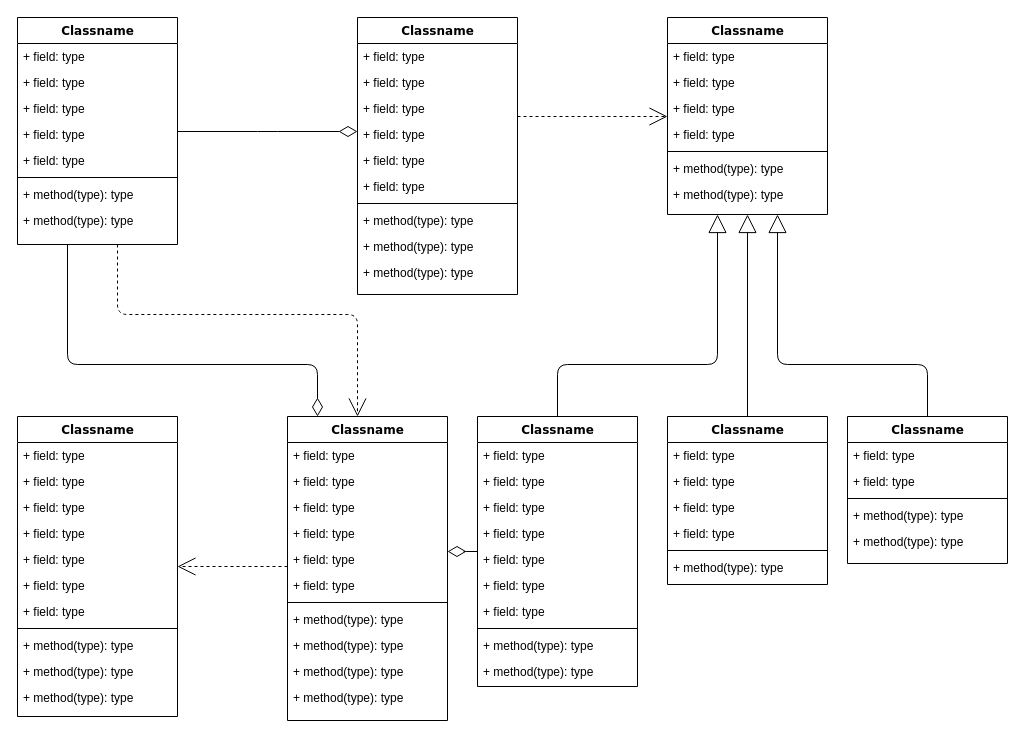
Earlier version of the draw.io diagram 架构/领域类.drawio (c825503724/fms). Source tidied: cells renumbered, new cells numbered last; positions are measured from the earlier drawing's top-left corner, leaving out a move shared by most shapes. Both pictures are drawn from the tidied source at 100%, with x=0, y=0 at pixel (17, 17).
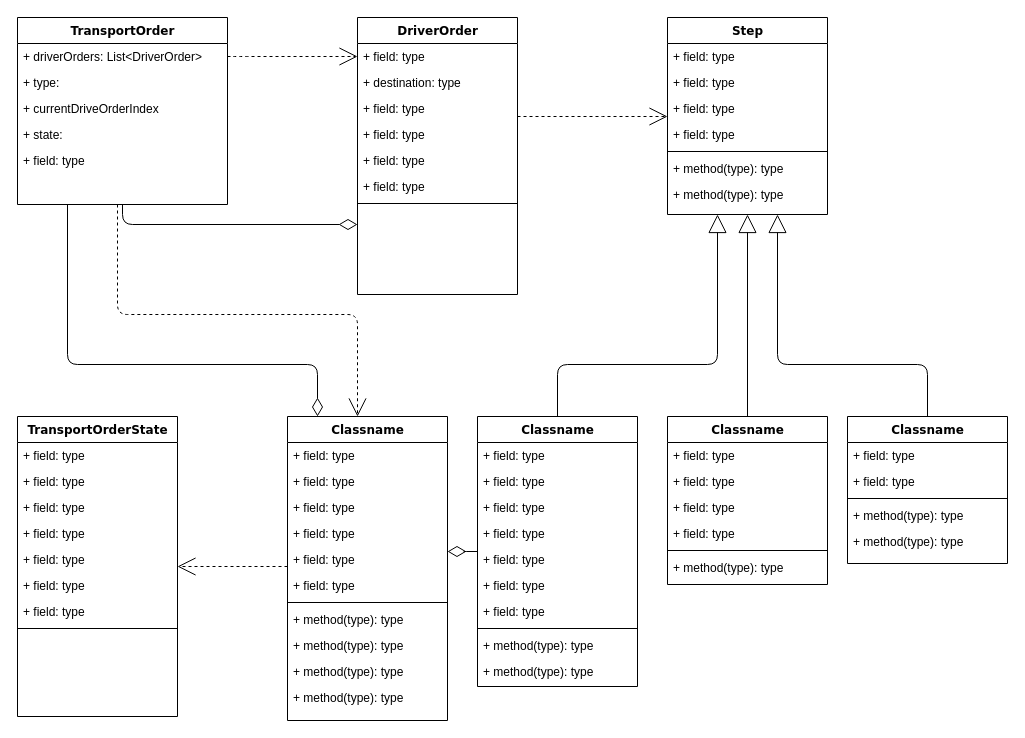
Above is the later version.

Commit message (it also covers changes not shown here):
更新领域类.drawio

Diff of the diagram source:
```diff
@@
-    <mxCell id="4" value="Classname" style="swimlane;html=1;fontStyle=1;align=center;verticalAlign=top;horizontal=1;startSize=26;swimlaneFillColor=#ffffff;rounded=0;shadow=0;comic=0;labelBackgroundColor=none;strokeWidth=1;fillColor=none;fontFamily=Verdana;fontSize=12;" parent="1" vertex="1">
-      <mxGeometry width="160" height="227" as="geometry" />
+    <mxCell id="4" value="TransportOrder" style="swimlane;html=1;fontStyle=1;align=center;verticalAlign=top;horizontal=1;startSize=26;swimlaneFillColor=#ffffff;rounded=0;shadow=0;comic=0;labelBackgroundColor=none;strokeWidth=1;fillColor=none;fontFamily=Verdana;fontSize=12;" parent="1" vertex="1">
+      <mxGeometry width="210" height="187" as="geometry" />
     </mxCell>
-    <mxCell id="5" value="+ field: type" style="text;html=1;strokeColor=none;fillColor=none;align=left;verticalAlign=top;spacingLeft=4;spacingRight=4;whiteSpace=wrap;overflow=hidden;points=[[0,0.5],[1,0.5]];portConstraint=eastwest;" parent="4" vertex="1">
-      <mxGeometry y="26" width="160" height="26" as="geometry" />
+    <mxCell id="5" value="+ driverOrders: List&amp;lt;DriverOrder&amp;gt;" style="text;html=1;strokeColor=none;fillColor=none;align=left;verticalAlign=top;spacingLeft=4;spacingRight=4;whiteSpace=wrap;overflow=hidden;points=[[0,0.5],[1,0.5]];portConstraint=eastwest;" parent="4" vertex="1">
+      <mxGeometry y="26" width="210" height="26" as="geometry" />
     </mxCell>
-    <mxCell id="6" value="+ field: type" style="text;html=1;strokeColor=none;fillColor=none;align=left;verticalAlign=top;spacingLeft=4;spacingRight=4;whiteSpace=wrap;overflow=hidden;" parent="4" vertex="1">
-      <mxGeometry y="52" width="160" height="26" as="geometry" />
+    <mxCell id="6" value="+ type:&amp;nbsp;" style="text;html=1;strokeColor=none;fillColor=none;align=left;verticalAlign=top;spacingLeft=4;spacingRight=4;whiteSpace=wrap;overflow=hidden;" parent="4" vertex="1">
+      <mxGeometry y="52" width="210" height="26" as="geometry" />
     </mxCell>
-    <mxCell id="7" value="+ field: type" style="text;html=1;strokeColor=none;fillColor=none;align=left;verticalAlign=top;spacingLeft=4;spacingRight=4;whiteSpace=wrap;overflow=hidden;" parent="4" vertex="1">
-      <mxGeometry y="78" width="160" height="26" as="geometry" />
+    <mxCell id="7" value="+&amp;nbsp;currentDriveOrderIndex&lt;span style=&quot;background-color: initial;&quot;&gt;&amp;nbsp;&lt;/span&gt;" style="text;html=1;strokeColor=none;fillColor=none;align=left;verticalAlign=top;spacingLeft=4;spacingRight=4;whiteSpace=wrap;overflow=hidden;" parent="4" vertex="1">
+      <mxGeometry y="78" width="210" height="26" as="geometry" />
     </mxCell>
-    <mxCell id="8" value="+ field: type" style="text;html=1;strokeColor=none;fillColor=none;align=left;verticalAlign=top;spacingLeft=4;spacingRight=4;whiteSpace=wrap;overflow=hidden;" parent="4" vertex="1">
-      <mxGeometry y="104" width="160" height="26" as="geometry" />
+    <mxCell id="8" value="+&amp;nbsp;state&lt;span style=&quot;background-color: initial;&quot;&gt;:&amp;nbsp;&lt;/span&gt;" style="text;html=1;strokeColor=none;fillColor=none;align=left;verticalAlign=top;spacingLeft=4;spacingRight=4;whiteSpace=wrap;overflow=hidden;" parent="4" vertex="1">
+      <mxGeometry y="104" width="210" height="26" as="geometry" />
     </mxCell>
     <mxCell id="9" value="+ field: type" style="text;html=1;strokeColor=none;fillColor=none;align=left;verticalAlign=top;spacingLeft=4;spacingRight=4;whiteSpace=wrap;overflow=hidden;" parent="4" vertex="1">
-      <mxGeometry y="130" width="160" height="26" as="geometry" />
+      <mxGeometry y="130" width="210" height="26" as="geometry" />
     </mxCell>
-    <mxCell id="10" style="line;html=1;strokeWidth=1;fillColor=none;align=left;verticalAlign=middle;spacingTop=-1;spacingLeft=3;spacingRight=3;labelPosition=right;" parent="4" vertex="1">
-      <mxGeometry y="156" width="160" height="8" as="geometry" />
-    </mxCell>
-    <mxCell id="11" value="+ method(type): type" style="text;html=1;strokeColor=none;fillColor=none;align=left;verticalAlign=top;spacingLeft=4;spacingRight=4;whiteSpace=wrap;overflow=hidden;" parent="4" vertex="1">
-      <mxGeometry y="164" width="160" height="26" as="geometry" />
-    </mxCell>
-    <mxCell id="12" value="+ method(type): type" style="text;html=1;strokeColor=none;fillColor=none;align=left;verticalAlign=top;spacingLeft=4;spacingRight=4;whiteSpace=wrap;overflow=hidden;" parent="4" vertex="1">
-      <mxGeometry y="190" width="160" height="26" as="geometry" />
-    </mxCell>
@@
-    <mxCell id="14" value="Classname" style="swimlane;html=1;fontStyle=1;align=center;verticalAlign=top;horizontal=1;startSize=26;swimlaneFillColor=#ffffff;rounded=0;shadow=0;comic=0;labelBackgroundColor=none;strokeWidth=1;fillColor=none;fontFamily=Verdana;fontSize=12;" parent="1" vertex="1">
+    <mxCell id="14" value="DriverOrder" style="swimlane;html=1;fontStyle=1;align=center;verticalAlign=top;horizontal=1;startSize=26;swimlaneFillColor=#ffffff;rounded=0;shadow=0;comic=0;labelBackgroundColor=none;strokeWidth=1;fillColor=none;fontFamily=Verdana;fontSize=12;" parent="1" vertex="1">
       <mxGeometry x="340" width="160" height="277" as="geometry" />
     </mxCell>
@@
-    <mxCell id="16" value="+ field: type" style="text;html=1;strokeColor=none;fillColor=none;align=left;verticalAlign=top;spacingLeft=4;spacingRight=4;whiteSpace=wrap;overflow=hidden;" parent="14" vertex="1">
+    <mxCell id="16" value="+&amp;nbsp;destination&lt;span style=&quot;background-color: initial;&quot;&gt;: type&lt;/span&gt;" style="text;html=1;strokeColor=none;fillColor=none;align=left;verticalAlign=top;spacingLeft=4;spacingRight=4;whiteSpace=wrap;overflow=hidden;" parent="14" vertex="1">
       <mxGeometry y="52" width="160" height="26" as="geometry" />
     </mxCell>
@@
-    <mxCell id="22" value="+ method(type): type" style="text;html=1;strokeColor=none;fillColor=none;align=left;verticalAlign=top;spacingLeft=4;spacingRight=4;whiteSpace=wrap;overflow=hidden;" parent="14" vertex="1">
-      <mxGeometry y="190" width="160" height="26" as="geometry" />
-    </mxCell>
-    <mxCell id="23" value="+ method(type): type" style="text;html=1;strokeColor=none;fillColor=none;align=left;verticalAlign=top;spacingLeft=4;spacingRight=4;whiteSpace=wrap;overflow=hidden;" parent="14" vertex="1">
-      <mxGeometry y="216" width="160" height="26" as="geometry" />
-    </mxCell>
-    <mxCell id="24" value="+ method(type): type" style="text;html=1;strokeColor=none;fillColor=none;align=left;verticalAlign=top;spacingLeft=4;spacingRight=4;whiteSpace=wrap;overflow=hidden;" parent="14" vertex="1">
-      <mxGeometry y="242" width="160" height="26" as="geometry" />
-    </mxCell>
-    <mxCell id="25" value="Classname" style="swimlane;html=1;fontStyle=1;align=center;verticalAlign=top;horizontal=1;startSize=26;swimlaneFillColor=#ffffff;rounded=0;shadow=0;comic=0;labelBackgroundColor=none;strokeWidth=1;fillColor=none;fontFamily=Verdana;fontSize=12;" parent="1" vertex="1">
+    <mxCell id="25" value="Step" style="swimlane;html=1;fontStyle=1;align=center;verticalAlign=top;horizontal=1;startSize=26;swimlaneFillColor=#ffffff;rounded=0;shadow=0;comic=0;labelBackgroundColor=none;strokeWidth=1;fillColor=none;fontFamily=Verdana;fontSize=12;" parent="1" vertex="1">
       <mxGeometry x="650" width="160" height="197" as="geometry" />
     </mxCell>
@@
-    <mxCell id="34" value="Classname" style="swimlane;html=1;fontStyle=1;align=center;verticalAlign=top;horizontal=1;startSize=26;swimlaneFillColor=#ffffff;rounded=0;shadow=0;comic=0;labelBackgroundColor=none;strokeWidth=1;fillColor=none;fontFamily=Verdana;fontSize=12;" parent="1" vertex="1">
+    <mxCell id="34" value="TransportOrderState" style="swimlane;html=1;fontStyle=1;align=center;verticalAlign=top;horizontal=1;startSize=26;swimlaneFillColor=#ffffff;rounded=0;shadow=0;comic=0;labelBackgroundColor=none;strokeWidth=1;fillColor=none;fontFamily=Verdana;fontSize=12;" parent="1" vertex="1">
       <mxGeometry y="399" width="160" height="300" as="geometry" />
     </mxCell>
@@
-    <mxCell id="43" value="+ method(type): type" style="text;html=1;strokeColor=none;fillColor=none;align=left;verticalAlign=top;spacingLeft=4;spacingRight=4;whiteSpace=wrap;overflow=hidden;" parent="34" vertex="1">
-      <mxGeometry y="216" width="160" height="26" as="geometry" />
-    </mxCell>
-    <mxCell id="44" value="+ method(type): type" style="text;html=1;strokeColor=none;fillColor=none;align=left;verticalAlign=top;spacingLeft=4;spacingRight=4;whiteSpace=wrap;overflow=hidden;" parent="34" vertex="1">
-      <mxGeometry y="242" width="160" height="26" as="geometry" />
-    </mxCell>
-    <mxCell id="45" value="+ method(type): type" style="text;html=1;strokeColor=none;fillColor=none;align=left;verticalAlign=top;spacingLeft=4;spacingRight=4;whiteSpace=wrap;overflow=hidden;" parent="34" vertex="1">
-      <mxGeometry y="268" width="160" height="26" as="geometry" />
-    </mxCell>
@@
     <mxCell id="86" style="edgeStyle=elbowEdgeStyle;html=1;labelBackgroundColor=none;startFill=0;startSize=8;endArrow=diamondThin;endFill=0;endSize=16;fontFamily=Verdana;fontSize=12;elbow=vertical;" parent="1" edge="1" source="4" target="14">
-      <mxGeometry relative="1" as="geometry" />
+      <mxGeometry relative="1" as="geometry">
+        <Array as="points">
+          <mxPoint x="275" y="207" />
+        </Array>
+      </mxGeometry>
     </mxCell>
+    <mxCell id="87" style="edgeStyle=elbowEdgeStyle;html=1;labelBackgroundColor=none;startFill=0;startSize=8;endArrow=open;endFill=0;endSize=16;fontFamily=Verdana;fontSize=12;elbow=vertical;dashed=1;exitX=1;exitY=0.5;exitDx=0;exitDy=0;" parent="1" edge="1" source="5" target="14">
+      <mxGeometry relative="1" as="geometry">
+        <Array as="points">
+          <mxPoint x="220" y="39" />
+        </Array>
+      </mxGeometry>
+    </mxCell>
```
